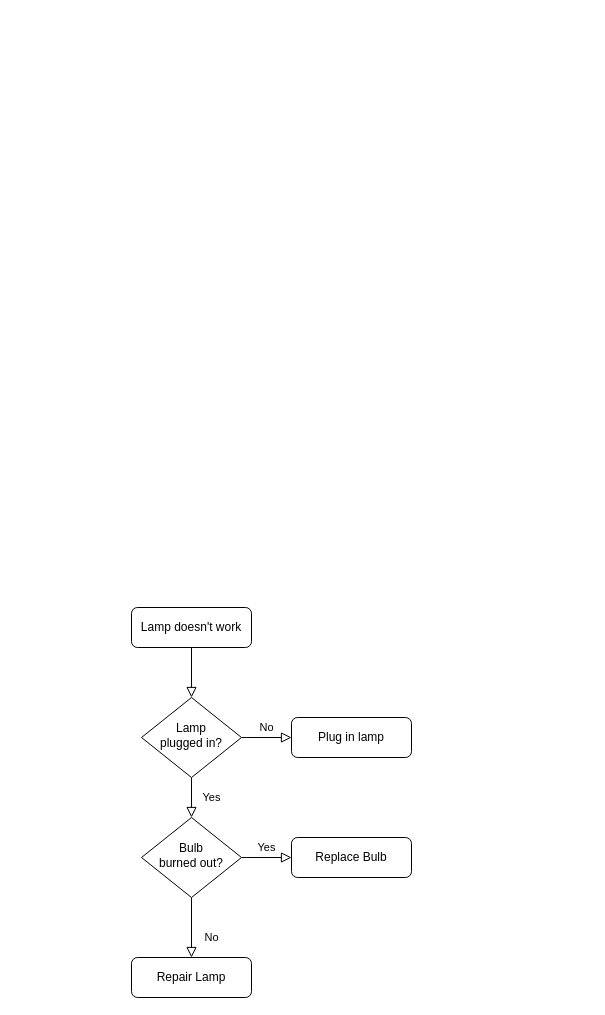
Earlier version of the draw.io diagram doc/Speak2meFlow.drawio (myslide/speak2me). Source tidied: cells renumbered, new cells numbered last; positions are measured from the earlier drawing's top-left corner, leaving out a move shared by most shapes. Both pictures are drawn from the tidied source at 100%, with x=0, y=0 at pixel (131, 607).
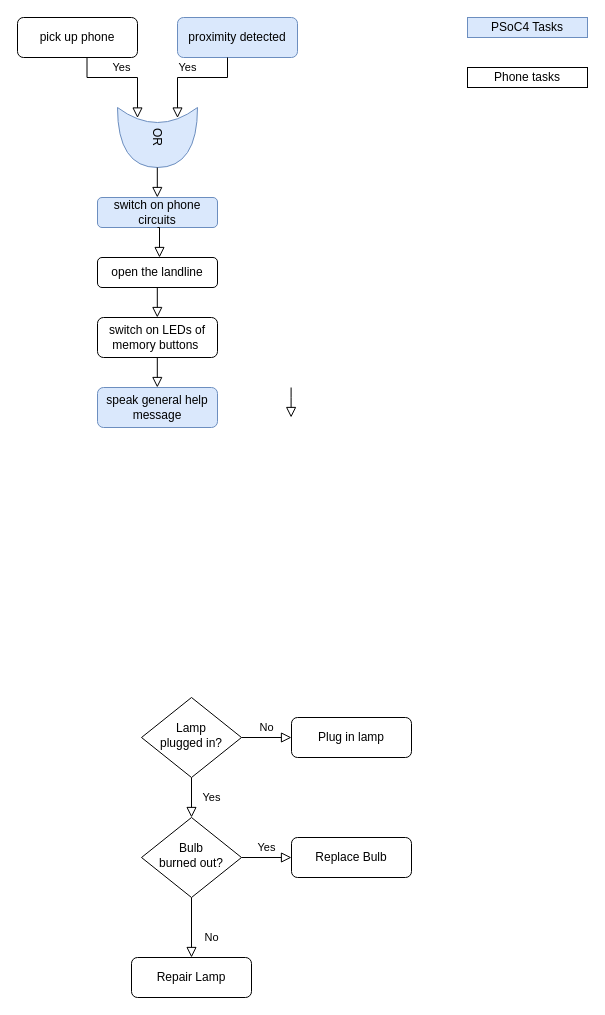
The same page after the edit.

Unchanged cells that the change refers to:
```xml
<mxCell id="6" value="Lamp&lt;br&gt;plugged in?" style="rhombus;whiteSpace=wrap;html=1;shadow=0;fontFamily=Helvetica;fontSize=12;align=center;strokeWidth=1;spacing=6;spacingTop=-4;" parent="1" vertex="1">
  <mxGeometry x="10" y="90" width="100" height="80" as="geometry" />
</mxCell>
```

The edit, as a diff of the source:
```diff
@@
-    <mxCell id="2" style="rounded=0;html=1;jettySize=auto;fontSize=11;endArrow=block;endFill=0;endSize=8;strokeWidth=1;shadow=0;labelBackgroundColor=none;edgeStyle=orthogonalEdgeStyle;" parent="1" edge="1" source="3" target="6">
-      <mxGeometry relative="1" as="geometry" />
-    </mxCell>
-    <mxCell id="3" value="Lamp doesn't work" style="rounded=1;whiteSpace=wrap;html=1;fontSize=12;glass=0;strokeWidth=1;shadow=0;" parent="1" vertex="1">
-      <mxGeometry width="120" height="40" as="geometry" />
+    <mxCell id="3" value="pick up phone" style="rounded=1;whiteSpace=wrap;html=1;fontSize=12;glass=0;strokeWidth=1;shadow=0;" parent="1" vertex="1">
+      <mxGeometry x="-114" y="-590" width="120" height="40" as="geometry" />
     </mxCell>
@@
+    <mxCell id="13" value="&lt;div&gt;switch on phone circuits&lt;/div&gt;" style="rounded=1;whiteSpace=wrap;html=1;fillColor=#dae8fc;strokeColor=#6c8ebf;" parent="1" vertex="1">
+      <mxGeometry x="-34" y="-410" width="120" height="30" as="geometry" />
+    </mxCell>
+    <mxCell id="14" value="&lt;div&gt;OR&lt;/div&gt;" style="shape=xor;whiteSpace=wrap;html=1;rotation=90;fillColor=#dae8fc;strokeColor=#6c8ebf;" parent="1" vertex="1">
+      <mxGeometry x="-4" y="-510" width="60" height="80" as="geometry" />
+    </mxCell>
+    <mxCell id="15" value="speak general help message" style="rounded=1;whiteSpace=wrap;html=1;fillColor=#dae8fc;strokeColor=#6c8ebf;" parent="1" vertex="1">
+      <mxGeometry x="-34" y="-220" width="120" height="40" as="geometry" />
+    </mxCell>
+    <mxCell id="16" value="proximity detected" style="rounded=1;whiteSpace=wrap;html=1;fillColor=#dae8fc;strokeColor=#6c8ebf;" parent="1" vertex="1">
+      <mxGeometry x="46" y="-590" width="120" height="40" as="geometry" />
+    </mxCell>
+    <mxCell id="17" style="rounded=0;html=1;jettySize=auto;orthogonalLoop=1;fontSize=11;endArrow=block;endFill=0;endSize=8;strokeWidth=1;shadow=0;labelBackgroundColor=none;edgeStyle=orthogonalEdgeStyle;entryX=0.175;entryY=0.75;entryDx=0;entryDy=0;entryPerimeter=0;" parent="1" edge="1">
+      <mxGeometry relative="1" as="geometry">
+        <mxPoint x="25.8" y="-440" as="sourcePoint" />
+        <mxPoint x="25.8" y="-410" as="targetPoint" />
+        <Array as="points">
+          <mxPoint x="26.1" y="-420" />
+          <mxPoint x="26.1" y="-420" />
+        </Array>
+      </mxGeometry>
+    </mxCell>
+    <mxCell id="18" value="Yes" style="rounded=0;html=1;jettySize=auto;fontSize=11;endArrow=block;endFill=0;endSize=8;strokeWidth=1;shadow=0;labelBackgroundColor=none;edgeStyle=orthogonalEdgeStyle;entryX=0.175;entryY=0.75;entryDx=0;entryDy=0;entryPerimeter=0;" parent="1" edge="1" target="14">
+      <mxGeometry x="-0.03" y="10" relative="1" as="geometry">
+        <mxPoint x="-44.5" y="-550" as="sourcePoint" />
+        <Array as="points">
+          <mxPoint x="-44" y="-530" />
+          <mxPoint x="6" y="-530" />
+        </Array>
+      </mxGeometry>
+    </mxCell>
+    <mxCell id="19" value="Yes" style="rounded=0;html=1;jettySize=auto;fontSize=11;endArrow=block;endFill=0;endSize=8;strokeWidth=1;shadow=0;labelBackgroundColor=none;edgeStyle=orthogonalEdgeStyle;entryX=0.175;entryY=0.25;entryDx=0;entryDy=0;entryPerimeter=0;" parent="1" edge="1" target="14">
+      <mxGeometry x="0.09" y="-10" relative="1" as="geometry">
+        <mxPoint x="96" y="-550" as="sourcePoint" />
+        <Array as="points">
+          <mxPoint x="96" y="-530" />
+          <mxPoint x="46" y="-530" />
+        </Array>
+      </mxGeometry>
+    </mxCell>
+    <mxCell id="20" style="rounded=0;html=1;jettySize=auto;fontSize=11;endArrow=block;endFill=0;endSize=8;strokeWidth=1;shadow=0;labelBackgroundColor=none;edgeStyle=orthogonalEdgeStyle;exitX=0.5;exitY=1;exitDx=0;exitDy=0;" parent="1" edge="1" source="13">
+      <mxGeometry relative="1" as="geometry">
+        <mxPoint x="28" y="-350" as="targetPoint" />
+        <Array as="points">
+          <mxPoint x="28" y="-380" />
+        </Array>
+      </mxGeometry>
+    </mxCell>
+    <mxCell id="21" value="open the landline" style="rounded=1;whiteSpace=wrap;html=1;" parent="1" vertex="1">
+      <mxGeometry x="-34" y="-350" width="120" height="30" as="geometry" />
+    </mxCell>
+    <mxCell id="22" value="switch on LEDs of memory buttons&amp;nbsp;" style="rounded=1;whiteSpace=wrap;html=1;" parent="1" vertex="1">
+      <mxGeometry x="-34" y="-290" width="120" height="40" as="geometry" />
+    </mxCell>
+    <mxCell id="23" style="rounded=0;html=1;jettySize=auto;orthogonalLoop=1;fontSize=11;endArrow=block;endFill=0;endSize=8;strokeWidth=1;shadow=0;labelBackgroundColor=none;edgeStyle=orthogonalEdgeStyle;entryX=0.175;entryY=0.75;entryDx=0;entryDy=0;entryPerimeter=0;" parent="1" edge="1">
+      <mxGeometry relative="1" as="geometry">
+        <mxPoint x="25.8" y="-250" as="sourcePoint" />
+        <mxPoint x="25.8" y="-220" as="targetPoint" />
+        <Array as="points">
+          <mxPoint x="25.8" y="-230" />
+          <mxPoint x="25.8" y="-230" />
+        </Array>
+      </mxGeometry>
+    </mxCell>
+    <mxCell id="24" style="rounded=0;html=1;jettySize=auto;orthogonalLoop=1;fontSize=11;endArrow=block;endFill=0;endSize=8;strokeWidth=1;shadow=0;labelBackgroundColor=none;edgeStyle=orthogonalEdgeStyle;entryX=0.175;entryY=0.75;entryDx=0;entryDy=0;entryPerimeter=0;" parent="1" edge="1">
+      <mxGeometry relative="1" as="geometry">
+        <mxPoint x="159.6" y="-220" as="sourcePoint" />
+        <mxPoint x="159.6" y="-190" as="targetPoint" />
+        <Array as="points">
+          <mxPoint x="159.6" y="-210" />
+          <mxPoint x="159.6" y="-210" />
+        </Array>
+      </mxGeometry>
+    </mxCell>
+    <mxCell id="25" style="rounded=0;html=1;jettySize=auto;orthogonalLoop=1;fontSize=11;endArrow=block;endFill=0;endSize=8;strokeWidth=1;shadow=0;labelBackgroundColor=none;edgeStyle=orthogonalEdgeStyle;entryX=0.175;entryY=0.75;entryDx=0;entryDy=0;entryPerimeter=0;" parent="1" edge="1">
+      <mxGeometry relative="1" as="geometry">
+        <mxPoint x="25.8" y="-320" as="sourcePoint" />
+        <mxPoint x="25.8" y="-290" as="targetPoint" />
+      </mxGeometry>
+    </mxCell>
+    <mxCell id="26" value="&lt;div&gt;PSoC4 Tasks&lt;/div&gt;" style="rounded=0;whiteSpace=wrap;html=1;fillColor=#dae8fc;strokeColor=#6c8ebf;" parent="1" vertex="1">
+      <mxGeometry x="336" y="-590" width="120" height="20" as="geometry" />
+    </mxCell>
+    <mxCell id="27" value="Phone tasks" style="rounded=0;whiteSpace=wrap;html=1;" parent="1" vertex="1">
+      <mxGeometry x="336" y="-540" width="120" height="20" as="geometry" />
+    </mxCell>
```
